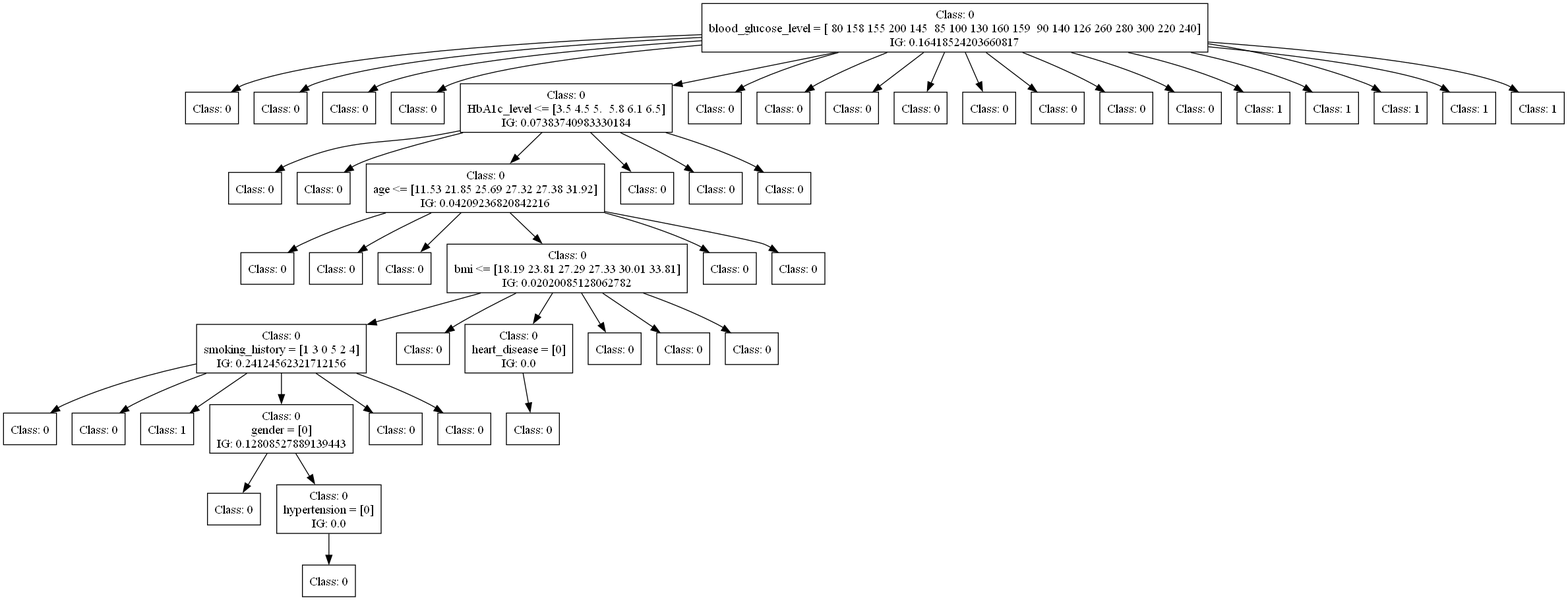
Above: dot_figs/tree-id3-diabetes.png in FedericoBruzzone/anti-money-laundering (Graphviz), before the change. Its source is kept beside it as dot_figs/tree-id3-diabetes.dot.
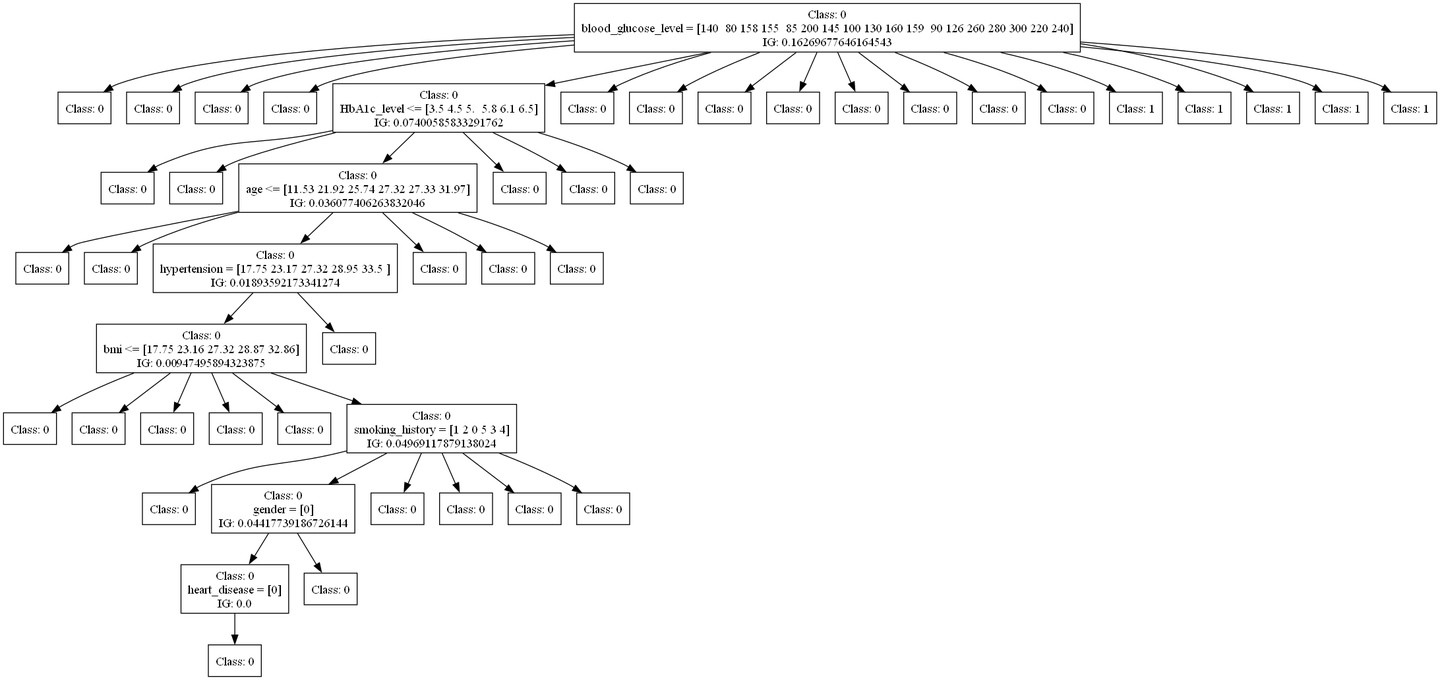
After the change.

What changed in the source:
```diff
@@ -1,152 +1,155 @@
 digraph DecisionTree {
 	rankdir=TD;
 	node [shape=box];
-	1472321838944 [label="Class: 0
-blood_glucose_level = [ 80 158 155 200 145  85 100 130 160 159  90 140 126 260 280 300 220 240]
-IG: 0.16418524203660817"];
-	1472384834080 [label="Class: 0
+	1902116242240 [label="Class: 0
+blood_glucose_level = [140  80 158 155  85 200 145 100 130 160 159  90 126 260 280 300 220 240]
+IG: 0.16269677646164543"];
+	1902402465472 [label="Class: 0
 "];
-	1472321838944 -> 1472384834080;
-	1472384829808 [label="Class: 0
+	1902116242240 -> 1902402465472;
+	1902402465328 [label="Class: 0
 "];
-	1472321838944 -> 1472384829808;
-	1472384833648 [label="Class: 0
+	1902116242240 -> 1902402465328;
+	1902402458464 [label="Class: 0
 "];
-	1472321838944 -> 1472384833648;
-	1472384828896 [label="Class: 0
+	1902116242240 -> 1902402458464;
+	1902402459616 [label="Class: 0
 "];
-	1472321838944 -> 1472384828896;
-	1472384828224 [label="Class: 0
+	1902116242240 -> 1902402459616;
+	1902402464704 [label="Class: 0
 HbA1c_level <= [3.5 4.5 5.  5.8 6.1 6.5]
-IG: 0.07383740983330184"];
-	1472321838944 -> 1472384828224;
-	1472331663920 [label="Class: 0
+IG: 0.07400585833291762"];
+	1902116242240 -> 1902402464704;
+	1902432781024 [label="Class: 0
 "];
-	1472384828224 -> 1472331663920;
-	1472331667040 [label="Class: 0
+	1902402464704 -> 1902432781024;
+	1902432784672 [label="Class: 0
 "];
-	1472384828224 -> 1472331667040;
-	1472331664016 [label="Class: 0
-age <= [11.53 21.85 25.69 27.32 27.38 31.92]
-IG: 0.04209236820842216"];
-	1472384828224 -> 1472331664016;
-	1472331665456 [label="Class: 0
+	1902402464704 -> 1902432784672;
+	1902432785680 [label="Class: 0
+age <= [11.53 21.92 25.74 27.32 27.33 31.97]
+IG: 0.036077406263832046"];
+	1902402464704 -> 1902432785680;
+	1902432791392 [label="Class: 0
 "];
-	1472331664016 -> 1472331665456;
-	1472331668864 [label="Class: 0
+	1902432785680 -> 1902432791392;
+	1902432790432 [label="Class: 0
 "];
-	1472331664016 -> 1472331668864;
-	1472331668000 [label="Class: 0
+	1902432785680 -> 1902432790432;
+	1902432791824 [label="Class: 0
+hypertension = [17.75 23.17 27.32 28.95 33.5 ]
+IG: 0.01893592173341274"];
+	1902432785680 -> 1902432791824;
+	1902432788608 [label="Class: 0
+bmi <= [17.75 23.16 27.32 28.87 32.86]
+IG: 0.00947495894323875"];
+	1902432791824 -> 1902432788608;
+	1902433110048 [label="Class: 0
 "];
-	1472331664016 -> 1472331668000;
-	1472331668192 [label="Class: 0
-bmi <= [18.19 23.81 27.29 27.33 30.01 33.81]
-IG: 0.02020085128062782"];
-	1472331664016 -> 1472331668192;
-	1472331668576 [label="Class: 0
-smoking_history = [1 3 0 5 2 4]
-IG: 0.24124562321712156"];
-	1472331668192 -> 1472331668576;
-	1472331670112 [label="Class: 0
+	1902432788608 -> 1902433110048;
+	1902433111152 [label="Class: 0
 "];
-	1472331668576 -> 1472331670112;
-	1472331670736 [label="Class: 0
+	1902432788608 -> 1902433111152;
+	1902433110096 [label="Class: 0
 "];
-	1472331668576 -> 1472331670736;
-	1472331666704 [label="Class: 1
+	1902432788608 -> 1902433110096;
+	1902433109808 [label="Class: 0
 "];
-	1472331668576 -> 1472331666704;
-	1472331667568 [label="Class: 0
+	1902432788608 -> 1902433109808;
+	1902433108752 [label="Class: 0
+"];
+	1902432788608 -> 1902433108752;
+	1902433110816 [label="Class: 0
+smoking_history = [1 2 0 5 3 4]
+IG: 0.04969117879138024"];
+	1902432788608 -> 1902433110816;
+	1902433114416 [label="Class: 0
+"];
+	1902433110816 -> 1902433114416;
+	1902433114656 [label="Class: 0
 gender = [0]
-IG: 0.12808527889139443"];
-	1472331668576 -> 1472331667568;
-	1472331665744 [label="Class: 0
-"];
-	1472331667568 -> 1472331665744;
-	1472331670256 [label="Class: 0
-hypertension = [0]
-IG: 0.0"];
-	1472331667568 -> 1472331670256;
-	1472331669776 [label="Class: 0
-"];
-	1472331670256 -> 1472331669776;
-	1472331667952 [label="Class: 0
-"];
-	1472331668576 -> 1472331667952;
-	1472331667520 [label="Class: 0
-"];
-	1472331668576 -> 1472331667520;
-	1472331669296 [label="Class: 0
-"];
-	1472331668192 -> 1472331669296;
-	1472331668816 [label="Class: 0
+IG: 0.04417739186726144"];
+	1902433110816 -> 1902433114656;
+	1902433113984 [label="Class: 0
 heart_disease = [0]
 IG: 0.0"];
-	1472331668192 -> 1472331668816;
-	1472331664304 [label="Class: 0
+	1902433114656 -> 1902433113984;
+	1902433117248 [label="Class: 0
 "];
-	1472331668816 -> 1472331664304;
-	1472331669008 [label="Class: 0
+	1902433113984 -> 1902433117248;
+	1902433116720 [label="Class: 0
 "];
-	1472331668192 -> 1472331669008;
-	1472331669056 [label="Class: 0
+	1902433114656 -> 1902433116720;
+	1902433113216 [label="Class: 0
 "];
-	1472331668192 -> 1472331669056;
-	1472331667328 [label="Class: 0
+	1902433110816 -> 1902433113216;
+	1902433112832 [label="Class: 0
 "];
-	1472331668192 -> 1472331667328;
-	1472331665552 [label="Class: 0
+	1902433110816 -> 1902433112832;
+	1902433108944 [label="Class: 0
 "];
-	1472331664016 -> 1472331665552;
-	1472331669632 [label="Class: 0
+	1902433110816 -> 1902433108944;
+	1902433114848 [label="Class: 0
 "];
-	1472331664016 -> 1472331669632;
-	1472331667616 [label="Class: 0
+	1902433110816 -> 1902433114848;
+	1902432794128 [label="Class: 0
 "];
-	1472384828224 -> 1472331667616;
-	1472331664160 [label="Class: 0
+	1902432791824 -> 1902432794128;
+	1902432790144 [label="Class: 0
 "];
-	1472384828224 -> 1472331664160;
-	1472331667088 [label="Class: 0
+	1902432785680 -> 1902432790144;
+	1902432790576 [label="Class: 0
 "];
-	1472384828224 -> 1472331667088;
-	1472384828560 [label="Class: 0
+	1902432785680 -> 1902432790576;
+	1902432790672 [label="Class: 0
 "];
-	1472321838944 -> 1472384828560;
-	1472384833216 [label="Class: 0
+	1902432785680 -> 1902432790672;
+	1902432784624 [label="Class: 0
 "];
-	1472321838944 -> 1472384833216;
-	1472384833696 [label="Class: 0
+	1902402464704 -> 1902432784624;
+	1902432781648 [label="Class: 0
 "];
-	1472321838944 -> 1472384833696;
-	1472384833888 [label="Class: 0
+	1902402464704 -> 1902432781648;
+	1902432783568 [label="Class: 0
 "];
-	1472321838944 -> 1472384833888;
-	1472384830144 [label="Class: 0
+	1902402464704 -> 1902432783568;
+	1902402462976 [label="Class: 0
 "];
-	1472321838944 -> 1472384830144;
-	1472384829520 [label="Class: 0
+	1902116242240 -> 1902402462976;
+	1902402458800 [label="Class: 0
 "];
-	1472321838944 -> 1472384829520;
-	1472384834176 [label="Class: 0
+	1902116242240 -> 1902402458800;
+	1902402465568 [label="Class: 0
 "];
-	1472321838944 -> 1472384834176;
-	1472384832976 [label="Class: 0
+	1902116242240 -> 1902402465568;
+	1902402459088 [label="Class: 0
 "];
-	1472321838944 -> 1472384832976;
-	1472384833504 [label="Class: 1
+	1902116242240 -> 1902402459088;
+	1902402466144 [label="Class: 0
 "];
-	1472321838944 -> 1472384833504;
-	1472384841616 [label="Class: 1
+	1902116242240 -> 1902402466144;
+	1902402466288 [label="Class: 0
 "];
-	1472321838944 -> 1472384841616;
-	1472384828272 [label="Class: 1
+	1902116242240 -> 1902402466288;
+	1902402466432 [label="Class: 0
 "];
-	1472321838944 -> 1472384828272;
-	1472384833072 [label="Class: 1
+	1902116242240 -> 1902402466432;
+	1902402466576 [label="Class: 0
 "];
-	1472321838944 -> 1472384833072;
-	1472384828416 [label="Class: 1
+	1902116242240 -> 1902402466576;
+	1902402466720 [label="Class: 1
 "];
-	1472321838944 -> 1472384828416;
+	1902116242240 -> 1902402466720;
+	1902402466864 [label="Class: 1
+"];
+	1902116242240 -> 1902402466864;
+	1902402467008 [label="Class: 1
+"];
+	1902116242240 -> 1902402467008;
+	1902402467152 [label="Class: 1
+"];
+	1902116242240 -> 1902402467152;
+	1902402467296 [label="Class: 1
+"];
+	1902116242240 -> 1902402467296;
 }
```
